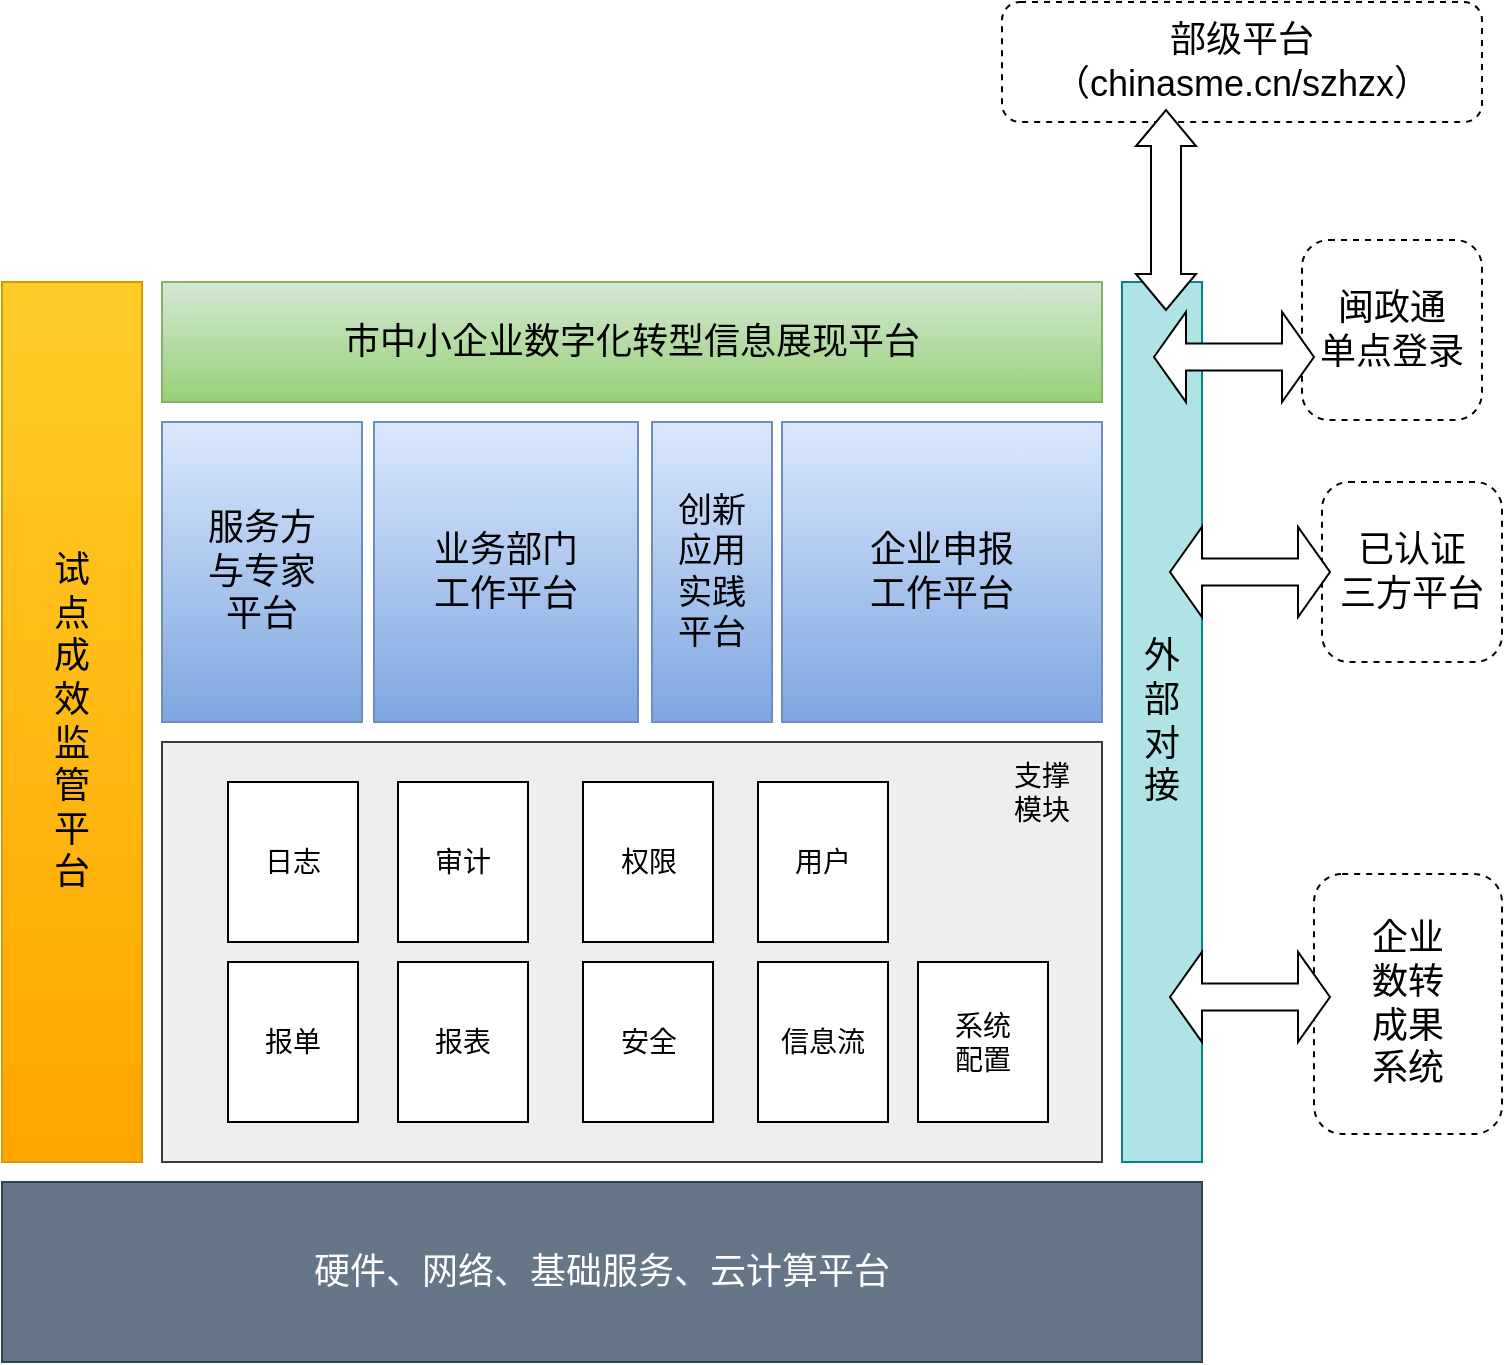
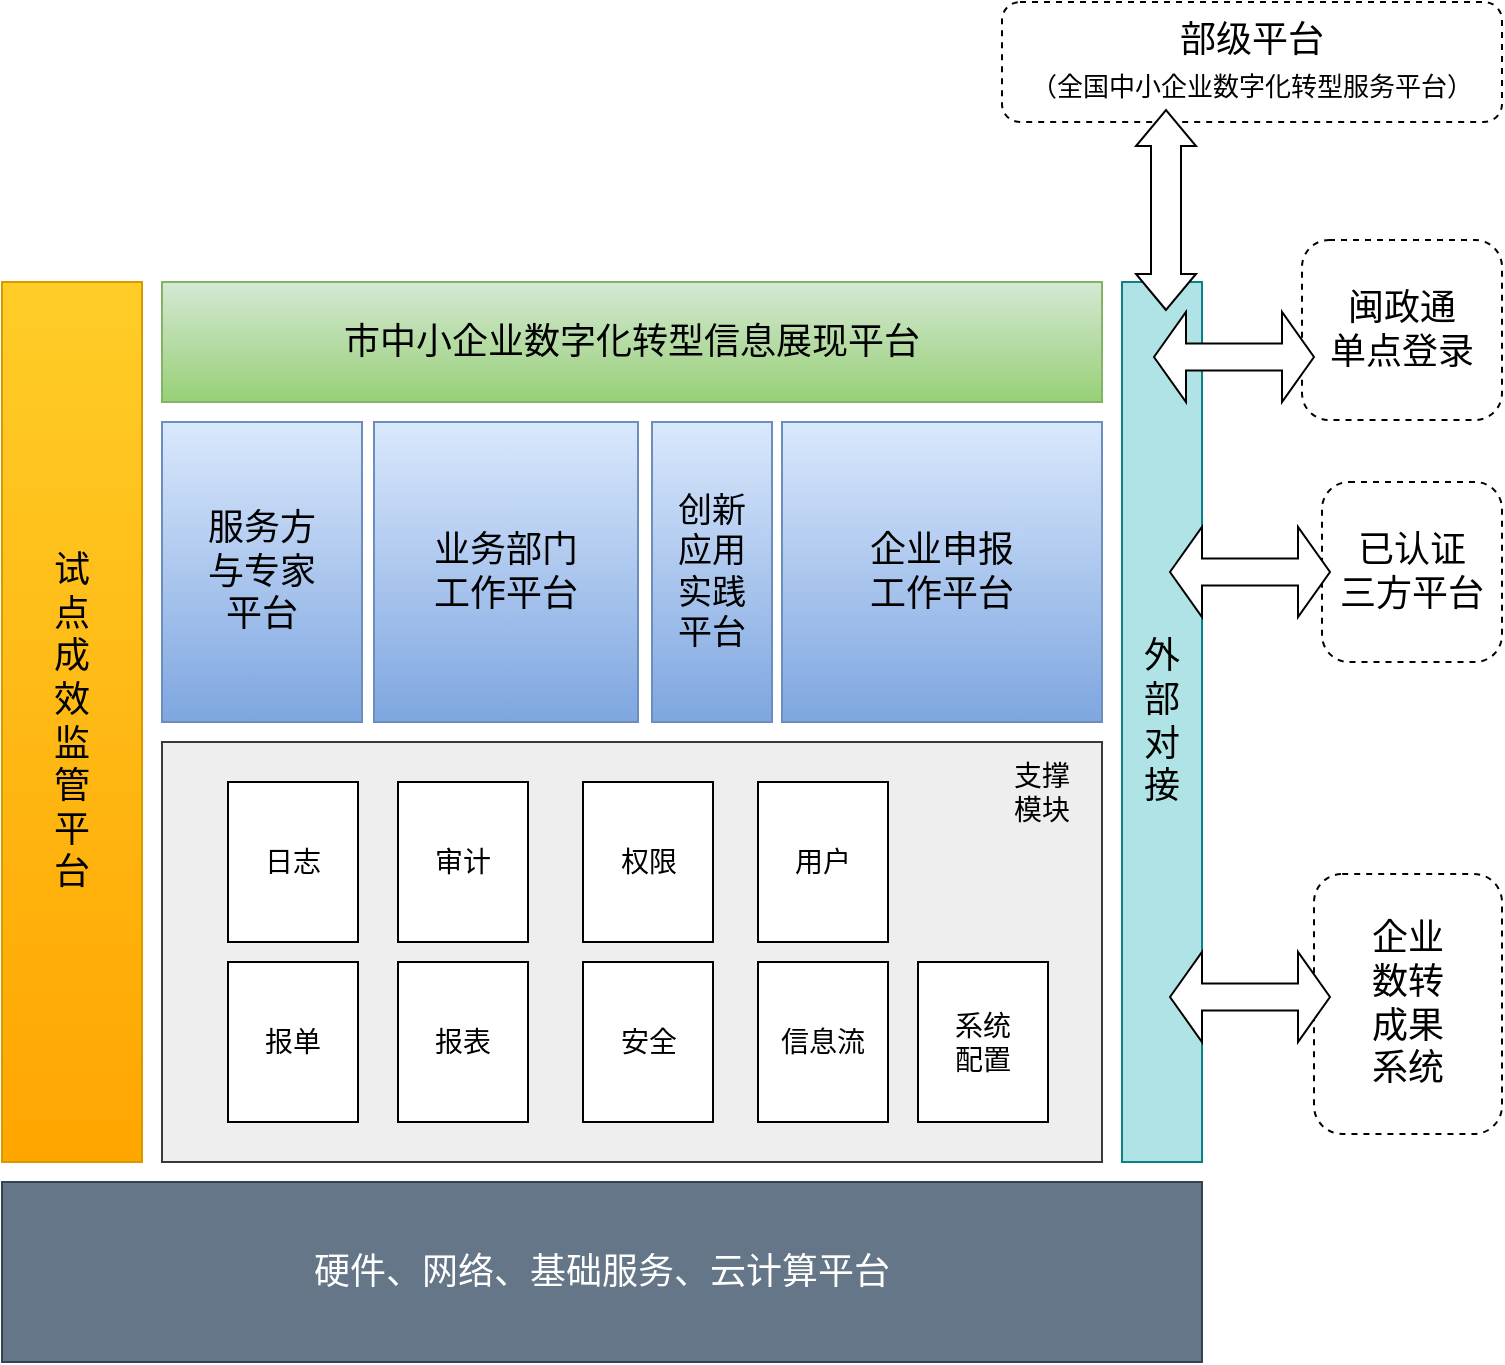
<mxfile host="app.diagrams.net">
  <diagram name="第 1 页" id="_NndeuFkpZsMlzUtFRte">
    <mxGraphModel dx="1201" dy="779" grid="1" gridSize="10" guides="1" tooltips="1" connect="1" arrows="1" fold="1" page="1" pageScale="1" pageWidth="827" pageHeight="1169" math="0" shadow="0">
      <root>
        <mxCell id="0" />
        <mxCell id="1" parent="0" />
        <mxCell id="JblQQPDL_Sku9T1nkbZU-16" parent="1" style="rounded=0;whiteSpace=wrap;html=1;fillColor=#eeeeee;strokeColor=#36393d;" value="" vertex="1">
          <mxGeometry height="210" width="470" x="120" y="480" as="geometry" />
        </mxCell>
        <mxCell id="JblQQPDL_Sku9T1nkbZU-1" parent="1" style="rounded=0;whiteSpace=wrap;html=1;fillColor=#d5e8d4;strokeColor=#82b366;gradientColor=#97d077;fontSize=18;" value="市中小企业数字化转型信息展现平台" vertex="1">
          <mxGeometry height="60" width="470" x="120" y="250" as="geometry" />
        </mxCell>
        <mxCell id="JblQQPDL_Sku9T1nkbZU-2" parent="1" style="rounded=0;whiteSpace=wrap;html=1;fillColor=#dae8fc;gradientColor=#7ea6e0;strokeColor=#6c8ebf;fontSize=18;" value="&lt;div&gt;服务方&lt;/div&gt;&lt;div&gt;与专家&lt;/div&gt;&lt;div&gt;平台&lt;/div&gt;" vertex="1">
          <mxGeometry height="150" width="100" x="120" y="320" as="geometry" />
        </mxCell>
        <mxCell id="JblQQPDL_Sku9T1nkbZU-3" parent="1" style="rounded=0;whiteSpace=wrap;html=1;fillColor=#dae8fc;gradientColor=#7ea6e0;strokeColor=#6c8ebf;fontSize=18;" value="&lt;div&gt;业务部门&lt;/div&gt;&lt;div&gt;工作平台&lt;/div&gt;" vertex="1">
          <mxGeometry height="150" width="132" x="226" y="320" as="geometry" />
        </mxCell>
        <mxCell id="JblQQPDL_Sku9T1nkbZU-4" parent="1" style="rounded=0;whiteSpace=wrap;html=1;fillColor=#dae8fc;gradientColor=#7ea6e0;strokeColor=#6c8ebf;fontSize=18;" value="&lt;div&gt;企业申报&lt;/div&gt;&lt;div&gt;工作平台&lt;/div&gt;" vertex="1">
          <mxGeometry height="150" width="160" x="430" y="320" as="geometry" />
        </mxCell>
        <mxCell id="JblQQPDL_Sku9T1nkbZU-5" parent="1" style="rounded=0;whiteSpace=wrap;html=1;fontSize=14;" value="日志" vertex="1">
          <mxGeometry height="80" width="65" x="153" y="500" as="geometry" />
        </mxCell>
        <mxCell id="JblQQPDL_Sku9T1nkbZU-6" parent="1" style="rounded=0;whiteSpace=wrap;html=1;fontSize=14;" value="审计" vertex="1">
          <mxGeometry height="80" width="65" x="238" y="500" as="geometry" />
        </mxCell>
        <mxCell id="JblQQPDL_Sku9T1nkbZU-8" parent="1" style="rounded=0;whiteSpace=wrap;html=1;fontSize=14;" value="用户" vertex="1">
          <mxGeometry height="80" width="65" x="418" y="500" as="geometry" />
        </mxCell>
        <mxCell id="JblQQPDL_Sku9T1nkbZU-10" parent="1" style="rounded=0;whiteSpace=wrap;html=1;fontSize=14;" value="报单" vertex="1">
          <mxGeometry height="80" width="65" x="153" y="590" as="geometry" />
        </mxCell>
        <mxCell id="JblQQPDL_Sku9T1nkbZU-11" parent="1" style="rounded=0;whiteSpace=wrap;html=1;fontSize=14;" value="报表" vertex="1">
          <mxGeometry height="80" width="65" x="238" y="590" as="geometry" />
        </mxCell>
        <mxCell id="JblQQPDL_Sku9T1nkbZU-12" parent="1" style="rounded=0;whiteSpace=wrap;html=1;fontSize=14;" value="安全" vertex="1">
          <mxGeometry height="80" width="65" x="330.5" y="590" as="geometry" />
        </mxCell>
        <mxCell id="JblQQPDL_Sku9T1nkbZU-13" parent="1" style="rounded=0;whiteSpace=wrap;html=1;fontSize=14;" value="信息流" vertex="1">
          <mxGeometry height="80" width="65" x="418" y="590" as="geometry" />
        </mxCell>
        <mxCell id="JblQQPDL_Sku9T1nkbZU-14" parent="1" style="rounded=0;whiteSpace=wrap;html=1;fontSize=14;" value="&lt;div&gt;系统&lt;/div&gt;&lt;div&gt;配置&lt;/div&gt;" vertex="1">
          <mxGeometry height="80" width="65" x="498" y="590" as="geometry" />
        </mxCell>
        <mxCell id="JblQQPDL_Sku9T1nkbZU-15" parent="1" style="rounded=0;whiteSpace=wrap;html=1;fontSize=14;" value="权限" vertex="1">
          <mxGeometry height="80" width="65" x="330.5" y="500" as="geometry" />
        </mxCell>
        <mxCell id="JblQQPDL_Sku9T1nkbZU-17" parent="1" style="rounded=0;whiteSpace=wrap;html=1;fillColor=#dae8fc;gradientColor=#7ea6e0;strokeColor=#6c8ebf;fontSize=17;" value="&lt;div&gt;创新&lt;/div&gt;&lt;div&gt;应用&lt;/div&gt;&lt;div&gt;实践&lt;/div&gt;&lt;div&gt;平台&lt;/div&gt;" vertex="1">
          <mxGeometry height="150" width="60" x="365" y="320" as="geometry" />
        </mxCell>
        <mxCell id="JblQQPDL_Sku9T1nkbZU-18" parent="1" style="rounded=0;whiteSpace=wrap;html=1;fillColor=#ffcd28;strokeColor=#d79b00;gradientColor=#ffa500;fontSize=18;" value="&lt;div&gt;试&lt;/div&gt;&lt;div&gt;点&lt;/div&gt;&lt;div&gt;成&lt;/div&gt;&lt;div&gt;效&lt;/div&gt;&lt;div&gt;监&lt;/div&gt;&lt;div&gt;管&lt;/div&gt;&lt;div&gt;平&lt;/div&gt;&lt;div&gt;台&lt;/div&gt;" vertex="1">
          <mxGeometry height="440" width="70" x="40" y="250" as="geometry" />
        </mxCell>
        <mxCell id="JblQQPDL_Sku9T1nkbZU-19" parent="1" style="rounded=0;whiteSpace=wrap;html=1;fillColor=#b0e3e6;strokeColor=#0e8088;fontSize=18;" value="&lt;div&gt;外&lt;/div&gt;&lt;div&gt;部&lt;/div&gt;&lt;div&gt;对&lt;/div&gt;&lt;div&gt;接&lt;/div&gt;" vertex="1">
          <mxGeometry height="440" width="40" x="600" y="250" as="geometry" />
        </mxCell>
        <mxCell id="JblQQPDL_Sku9T1nkbZU-20" parent="1" style="rounded=0;whiteSpace=wrap;html=1;fillColor=#647687;fontColor=#ffffff;strokeColor=#314354;fontSize=18;" value="硬件、网络、基础服务、云计算平台" vertex="1">
          <mxGeometry height="90" width="600" x="40" y="700" as="geometry" />
        </mxCell>
        <mxCell id="JblQQPDL_Sku9T1nkbZU-21" parent="1" style="text;html=1;whiteSpace=wrap;strokeColor=none;fillColor=none;align=center;verticalAlign=middle;rounded=0;fontSize=14;" value="&lt;div&gt;支撑&lt;/div&gt;&lt;div&gt;模块&lt;/div&gt;" vertex="1">
          <mxGeometry height="30" width="60" x="530" y="490" as="geometry" />
        </mxCell>
        <mxCell id="JblQQPDL_Sku9T1nkbZU-22" parent="1" style="rounded=1;whiteSpace=wrap;html=1;dashed=1;fontSize=18;" value="&lt;div&gt;企业&lt;/div&gt;&lt;div&gt;数转&lt;/div&gt;&lt;div&gt;成果&lt;/div&gt;&lt;div&gt;系统&lt;/div&gt;" vertex="1">
          <mxGeometry height="130" width="94" x="696" y="546" as="geometry" />
        </mxCell>
        <mxCell id="JblQQPDL_Sku9T1nkbZU-23" parent="1" style="shape=doubleArrow;whiteSpace=wrap;html=1;" value="" vertex="1">
          <mxGeometry height="45" width="80" x="624" y="585" as="geometry" />
        </mxCell>
-         <mxCell id="JblQQPDL_Sku9T1nkbZU-24" parent="1" style="rounded=1;whiteSpace=wrap;html=1;dashed=1;fontSize=18;" value="&lt;div&gt;部级平台&lt;/div&gt;&lt;div&gt;（chinasme.cn/szhzx）&lt;/div&gt;" vertex="1">
-           <mxGeometry height="60" width="240" x="540" y="110" as="geometry" />
+         <mxCell id="JblQQPDL_Sku9T1nkbZU-24" parent="1" style="rounded=1;whiteSpace=wrap;html=1;dashed=1;fontSize=18;" value="&lt;div&gt;部级平台&lt;/div&gt;&lt;div&gt;&lt;font style=&quot;font-size: 13px;&quot;&gt;（全国中小企业数字化转型服务平台）&lt;/font&gt;&lt;/div&gt;" vertex="1">
+           <mxGeometry height="60" width="250" x="540" y="110" as="geometry" />
        </mxCell>
        <mxCell id="JblQQPDL_Sku9T1nkbZU-28" parent="1" style="shape=doubleArrow;whiteSpace=wrap;html=1;rotation=-90;arrowWidth=0.5;arrowSize=0.18;" value="" vertex="1">
          <mxGeometry height="30" width="100" x="572" y="199" as="geometry" />
        </mxCell>
        <mxCell id="JblQQPDL_Sku9T1nkbZU-29" parent="1" style="rounded=1;whiteSpace=wrap;html=1;dashed=1;fontSize=18;" value="&lt;div&gt;闽政通&lt;/div&gt;&lt;div&gt;单点登录&lt;/div&gt;" vertex="1">
-           <mxGeometry height="90" width="90" x="690" y="229" as="geometry" />
+           <mxGeometry height="90" width="100" x="690" y="229" as="geometry" />
        </mxCell>
        <mxCell id="JblQQPDL_Sku9T1nkbZU-30" parent="1" style="rounded=1;whiteSpace=wrap;html=1;dashed=1;fontSize=18;" value="&lt;div&gt;已认证&lt;/div&gt;&lt;div&gt;三方平台&lt;/div&gt;" vertex="1">
          <mxGeometry height="90" width="90" x="700" y="350" as="geometry" />
        </mxCell>
        <mxCell id="JblQQPDL_Sku9T1nkbZU-32" parent="1" style="shape=doubleArrow;whiteSpace=wrap;html=1;" value="" vertex="1">
          <mxGeometry height="45" width="80" x="616" y="265" as="geometry" />
        </mxCell>
        <mxCell id="JblQQPDL_Sku9T1nkbZU-33" parent="1" style="shape=doubleArrow;whiteSpace=wrap;html=1;" value="" vertex="1">
          <mxGeometry height="45" width="80" x="624" y="372.5" as="geometry" />
        </mxCell>
      </root>
    </mxGraphModel>
  </diagram>
</mxfile>
